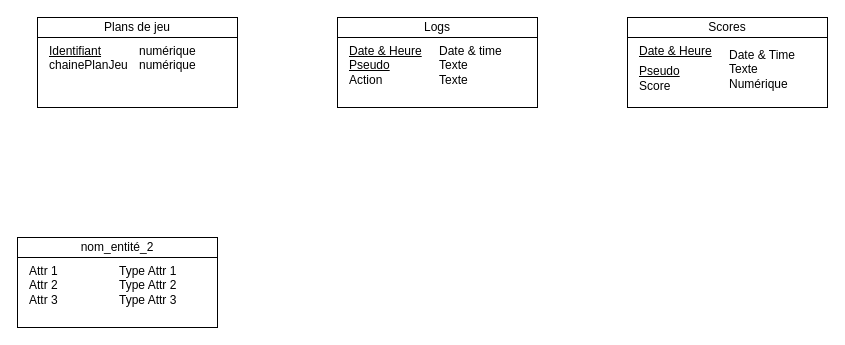
Before: Doc/MCD_Bataille_navale.drawio in NolanEvard/Bataille_Navale, a draw.io diagram. Source tidied: cells renumbered, new cells numbered last; positions are measured from the earlier drawing's top-left corner, leaving out a move shared by most shapes. Both pictures are drawn from the tidied source at 100%, with x=0, y=0 at pixel (17, 17).
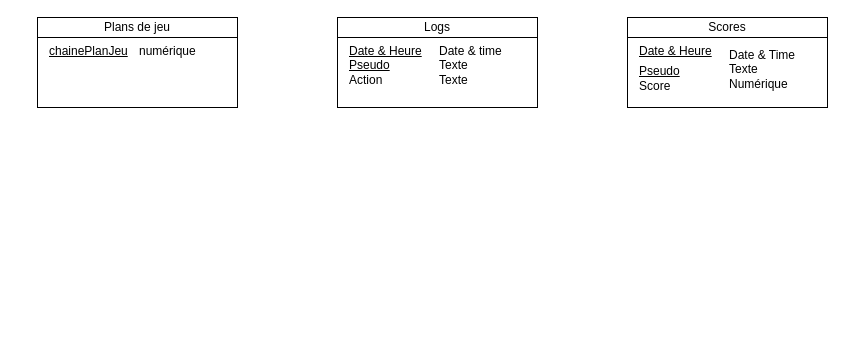
After the change.

The edit, as a diff of the source:
```diff
@@
 <mxGraphModel background="#ffffff">
   <root>
     <mxCell id="0" />
     <mxCell id="1" parent="0" />
     <mxCell id="2" value="&lt;div style=&quot;box-sizing: border-box ; width: 100% ; padding: 2px&quot;&gt;&lt;br&gt;&lt;/div&gt;" style="verticalAlign=top;align=center;overflow=fill;html=1;rounded=0;shadow=0;comic=0;labelBackgroundColor=none;strokeColor=#000000;strokeWidth=1;fillColor=#ffffff;fontFamily=Verdana;fontSize=12;fontColor=#000000;" parent="1" vertex="1">
       <mxGeometry x="20" width="200" height="90" as="geometry" />
     </mxCell>
     <mxCell id="3" value="&lt;div style=&quot;box-sizing: border-box ; width: 100% ; padding: 2px&quot;&gt;&lt;br&gt;&lt;/div&gt;" style="verticalAlign=top;align=center;overflow=fill;html=1;rounded=0;shadow=0;comic=0;labelBackgroundColor=none;strokeColor=#000000;strokeWidth=1;fillColor=#ffffff;fontFamily=Verdana;fontSize=12;fontColor=#000000;" parent="1" vertex="1">
       <mxGeometry x="610" width="200" height="90" as="geometry" />
     </mxCell>
     <mxCell id="4" value="Plans de jeu" style="rounded=0;whiteSpace=wrap;html=1;" parent="1" vertex="1">
       <mxGeometry x="20" width="200" height="20" as="geometry" />
     </mxCell>
     <mxCell id="5" value="Scores" style="rounded=0;whiteSpace=wrap;html=1;" parent="1" vertex="1">
       <mxGeometry x="610" width="200" height="20" as="geometry" />
     </mxCell>
-    <mxCell id="6" value="&lt;u&gt;Identifiant&lt;/u&gt;&lt;br&gt;chainePlanJeu" style="text;html=1;strokeColor=none;fillColor=none;align=left;verticalAlign=top;whiteSpace=wrap;rounded=0;fontStyle=0;" parent="1" vertex="1">
+    <mxCell id="6" value="&lt;u&gt;chainePlanJeu&lt;/u&gt;" style="text;html=1;strokeColor=none;fillColor=none;align=left;verticalAlign=top;whiteSpace=wrap;rounded=0;fontStyle=0;" parent="1" vertex="1">
       <mxGeometry x="30" y="20" width="90" height="20" as="geometry" />
     </mxCell>
-    <mxCell id="7" value="numérique&lt;br&gt;numérique" style="text;html=1;strokeColor=none;fillColor=none;align=left;verticalAlign=top;whiteSpace=wrap;rounded=0;" parent="1" vertex="1">
+    <mxCell id="7" value="numérique" style="text;html=1;strokeColor=none;fillColor=none;align=left;verticalAlign=top;whiteSpace=wrap;rounded=0;" parent="1" vertex="1">
       <mxGeometry x="120" y="20" width="100" height="20" as="geometry" />
     </mxCell>
     <mxCell id="8" value="&lt;u&gt;Date &amp;amp; Heure&lt;/u&gt;" style="text;html=1;strokeColor=none;fillColor=none;align=left;verticalAlign=top;whiteSpace=wrap;rounded=0;" parent="1" vertex="1">
       <mxGeometry x="620" y="20" width="90" height="20" as="geometry" />
     </mxCell>
     <mxCell id="9" value="&lt;u&gt;Pseudo&lt;/u&gt;" style="text;html=1;strokeColor=none;fillColor=none;align=left;verticalAlign=top;whiteSpace=wrap;rounded=0;" parent="1" vertex="1">
       <mxGeometry x="620" y="40" width="90" height="20" as="geometry" />
     </mxCell>
     <mxCell id="10" value="Score" style="text;html=1;strokeColor=none;fillColor=none;align=left;verticalAlign=top;whiteSpace=wrap;rounded=0;" parent="1" vertex="1">
       <mxGeometry x="620" y="55" width="90" height="20" as="geometry" />
     </mxCell>
     <mxCell id="11" value="Date &amp;amp; Time&lt;br&gt;Texte&lt;br&gt;Numérique" style="text;html=1;strokeColor=none;fillColor=none;align=left;verticalAlign=top;whiteSpace=wrap;rounded=0;" parent="1" vertex="1">
       <mxGeometry x="710" y="24" width="100" height="20" as="geometry" />
     </mxCell>
     <mxCell id="12" value="&lt;div style=&quot;box-sizing: border-box ; width: 100% ; padding: 2px&quot;&gt;&lt;br&gt;&lt;/div&gt;" style="verticalAlign=top;align=center;overflow=fill;html=1;rounded=0;shadow=0;comic=0;labelBackgroundColor=none;strokeColor=#000000;strokeWidth=1;fillColor=#ffffff;fontFamily=Verdana;fontSize=12;fontColor=#000000;" parent="1" vertex="1">
       <mxGeometry x="320" width="200" height="90" as="geometry" />
     </mxCell>
     <mxCell id="13" value="Logs" style="rounded=0;whiteSpace=wrap;html=1;" parent="1" vertex="1">
       <mxGeometry x="320" width="200" height="20" as="geometry" />
     </mxCell>
     <mxCell id="14" value="&lt;u&gt;Date &amp;amp; Heure&lt;/u&gt;&lt;br&gt;&lt;u&gt;Pseudo&lt;/u&gt;&lt;br&gt;Action" style="text;html=1;strokeColor=none;fillColor=none;align=left;verticalAlign=top;whiteSpace=wrap;rounded=0;" parent="1" vertex="1">
       <mxGeometry x="330" y="20" width="90" height="20" as="geometry" />
     </mxCell>
     <mxCell id="15" value="Date &amp;amp; time&lt;br&gt;Texte&lt;br&gt;Texte" style="text;html=1;strokeColor=none;fillColor=none;align=left;verticalAlign=top;whiteSpace=wrap;rounded=0;" parent="1" vertex="1">
       <mxGeometry x="420" y="20" width="100" height="20" as="geometry" />
     </mxCell>
-    <mxCell id="16" value="&lt;div style=&quot;box-sizing: border-box ; width: 100% ; padding: 2px&quot;&gt;&lt;br&gt;&lt;/div&gt;" style="verticalAlign=top;align=center;overflow=fill;html=1;rounded=0;shadow=0;comic=0;labelBackgroundColor=none;strokeColor=#000000;strokeWidth=1;fillColor=#ffffff;fontFamily=Verdana;fontSize=12;fontColor=#000000;" parent="1" vertex="1">
-      <mxGeometry y="220" width="200" height="90" as="geometry" />
-    </mxCell>
-    <mxCell id="17" value="nom_entité_2" style="rounded=0;whiteSpace=wrap;html=1;" parent="1" vertex="1">
-      <mxGeometry y="220" width="200" height="20" as="geometry" />
-    </mxCell>
-    <mxCell id="18" value="Attr 1&lt;br&gt;Attr 2&lt;br&gt;Attr 3" style="text;html=1;strokeColor=none;fillColor=none;align=left;verticalAlign=top;whiteSpace=wrap;rounded=0;" parent="1" vertex="1">
-      <mxGeometry x="10" y="240" width="90" height="20" as="geometry" />
-    </mxCell>
-    <mxCell id="19" value="Type Attr 1&lt;br&gt;Type Attr 2&lt;br&gt;Type Attr 3" style="text;html=1;strokeColor=none;fillColor=none;align=left;verticalAlign=top;whiteSpace=wrap;rounded=0;" parent="1" vertex="1">
-      <mxGeometry x="100" y="240" width="100" height="20" as="geometry" />
-    </mxCell>
   </root>
 </mxGraphModel>
```
